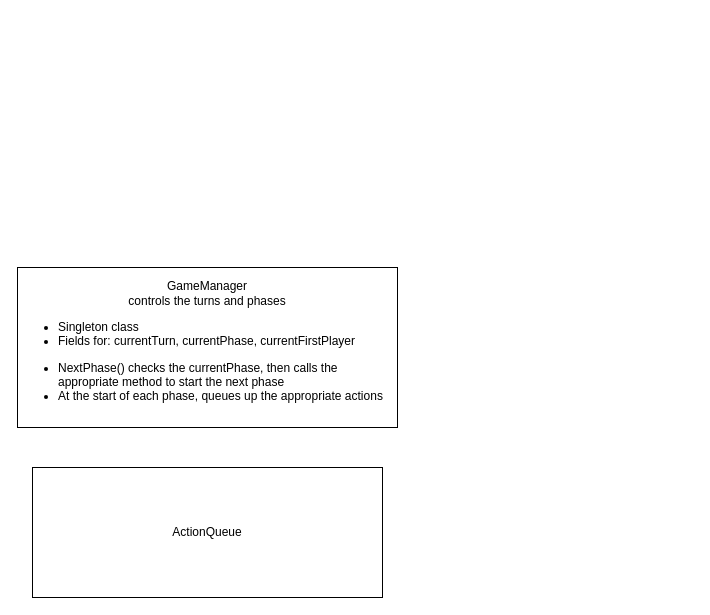
Before: Untitled Diagram.drawio in georgetupling/summer-project, a draw.io diagram. Source tidied: cells renumbered, new cells numbered last; positions are measured from the earlier drawing's top-left corner, leaving out a move shared by most shapes. Both pictures are drawn from the tidied source at 100%, with x=0, y=0 at pixel (17, 267).
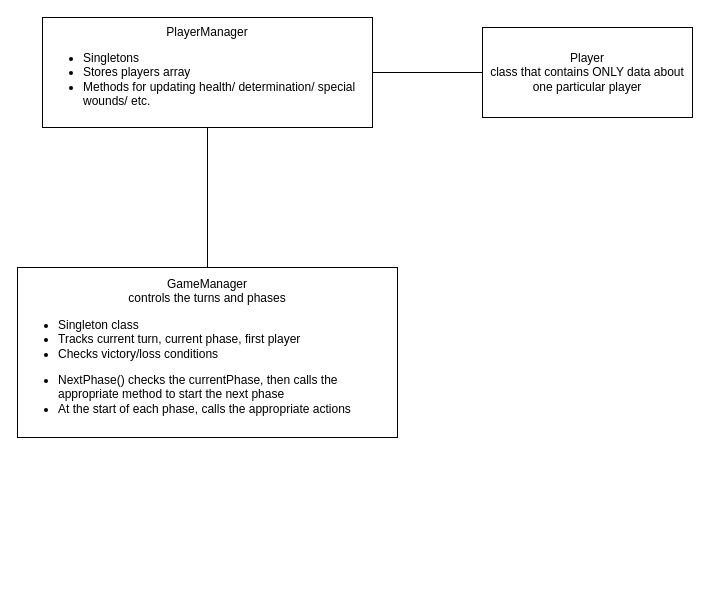
The same diagram, later.

Diff of the diagram source:
```diff
@@
 <mxGraphModel>
   <root>
     <mxCell id="0" />
     <mxCell id="1" parent="0" />
-    <mxCell id="2" value="&lt;div&gt;GameManager&lt;/div&gt;&lt;div&gt;controls the turns and phases&lt;br&gt;&lt;/div&gt;&lt;div align=&quot;left&quot;&gt;&lt;ul&gt;&lt;li&gt;Singleton class&lt;/li&gt;&lt;li&gt;Fields for: currentTurn, currentPhase, currentFirstPlayer&lt;br&gt;&lt;/li&gt;&lt;/ul&gt;&lt;/div&gt;&lt;div align=&quot;left&quot;&gt;&lt;ul&gt;&lt;li&gt;NextPhase() checks the currentPhase, then calls the appropriate method to start the next phase&lt;/li&gt;&lt;li&gt;At the start of each phase, queues up the appropriate actions&lt;br&gt;&lt;/li&gt;&lt;/ul&gt;&lt;/div&gt;" style="html=1;whiteSpace=wrap;" parent="1" vertex="1">
-      <mxGeometry width="380" height="160" as="geometry" />
+    <mxCell id="2" value="&lt;div&gt;GameManager&lt;/div&gt;&lt;div&gt;controls the turns and phases&lt;br&gt;&lt;/div&gt;&lt;div align=&quot;left&quot;&gt;&lt;ul&gt;&lt;li&gt;Singleton class&lt;/li&gt;&lt;li&gt;Tracks current turn, current phase, first player&lt;/li&gt;&lt;li&gt;Checks victory/loss conditions&lt;br&gt;&lt;/li&gt;&lt;/ul&gt;&lt;/div&gt;&lt;div align=&quot;left&quot;&gt;&lt;ul&gt;&lt;li&gt;NextPhase() checks the currentPhase, then calls the appropriate method to start the next phase&lt;/li&gt;&lt;li&gt;At the start of each phase, calls the appropriate actions&lt;br&gt;&lt;/li&gt;&lt;/ul&gt;&lt;/div&gt;" style="html=1;whiteSpace=wrap;" parent="1" vertex="1">
+      <mxGeometry width="380" height="170" as="geometry" />
     </mxCell>
-    <mxCell id="3" value="ActionQueue" style="html=1;whiteSpace=wrap;" parent="1" vertex="1">
-      <mxGeometry x="15" y="200" width="350" height="130" as="geometry" />
-    </mxCell>
+    <mxCell id="4" value="&lt;div&gt;Player&lt;/div&gt;&lt;div&gt;class that contains ONLY data about one particular player&lt;br&gt;&lt;/div&gt;" style="html=1;whiteSpace=wrap;" parent="1" vertex="1">
+      <mxGeometry x="465" y="-240" width="210" height="90" as="geometry" />
+    </mxCell>
+    <mxCell id="5" value="&lt;div&gt;PlayerManager&lt;/div&gt;&lt;div align=&quot;left&quot;&gt;&lt;ul&gt;&lt;li&gt;Singletons&lt;br&gt;&lt;/li&gt;&lt;li&gt;Stores players array&lt;/li&gt;&lt;li&gt;Methods for updating health/ determination/ special wounds/ etc.&lt;br&gt;&lt;/li&gt;&lt;/ul&gt;&lt;/div&gt;" style="rounded=0;whiteSpace=wrap;html=1;" parent="1" vertex="1">
+      <mxGeometry x="25" y="-250" width="330" height="110" as="geometry" />
+    </mxCell>
+    <mxCell id="6" style="endArrow=none;html=1;rounded=0;entryX=0;entryY=0.5;entryDx=0;entryDy=0;exitX=1;exitY=0.5;exitDx=0;exitDy=0;" parent="1" edge="1" source="5" target="4">
+      <mxGeometry relative="1" as="geometry" />
+    </mxCell>
+    <mxCell id="7" style="endArrow=none;html=1;rounded=0;entryX=0.5;entryY=1;entryDx=0;entryDy=0;exitX=0.5;exitY=0;exitDx=0;exitDy=0;" parent="1" edge="1" source="2" target="5">
+      <mxGeometry relative="1" as="geometry" />
+    </mxCell>
   </root>
 </mxGraphModel>
```
